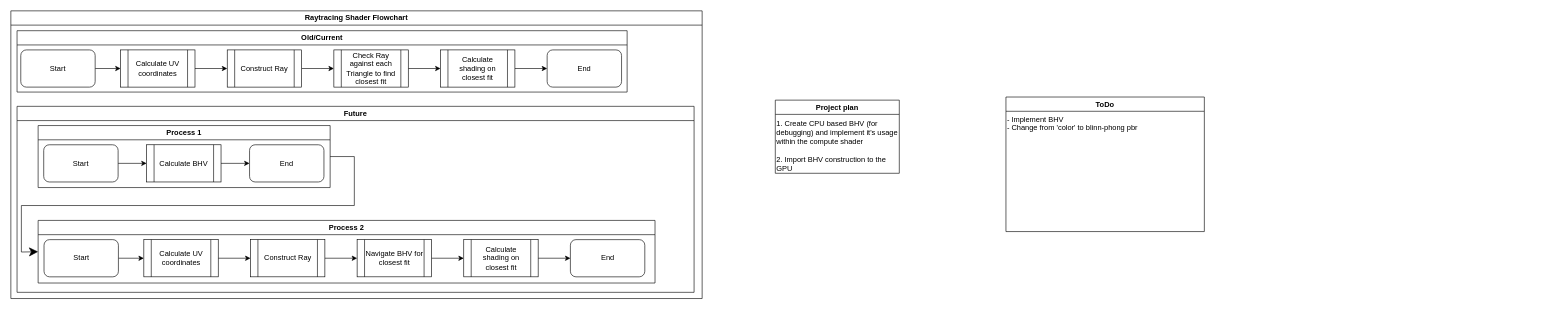
Above: Diagram.drawio in RanakOFour/GL_Compute_Raytracer (draw.io), before the change. Source tidied: cells renumbered, new cells numbered last; positions are measured from the earlier drawing's top-left corner, leaving out a move shared by most shapes. Both pictures are drawn from the tidied source at 62%, with x=0, y=0 at pixel (11, 11).
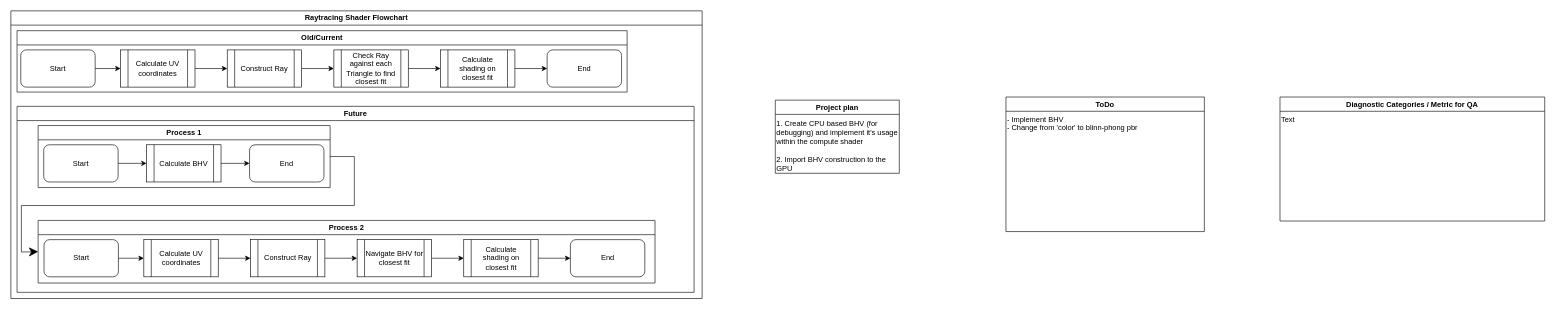
The same page after the edit.

Change to the diagram source:
```diff
@@
+    <mxCell id="39" value="Diagnostic Categories / Metric for QA" style="swimlane;whiteSpace=wrap;html=1;" parent="1" vertex="1">
+      <mxGeometry x="2047" y="139" width="427" height="200" as="geometry" />
+    </mxCell>
+    <mxCell id="40" value="Text" style="text;html=1;align=left;verticalAlign=top;whiteSpace=wrap;rounded=0;" parent="39" vertex="1">
+      <mxGeometry y="22" width="424" height="71" as="geometry" />
+    </mxCell>
```
